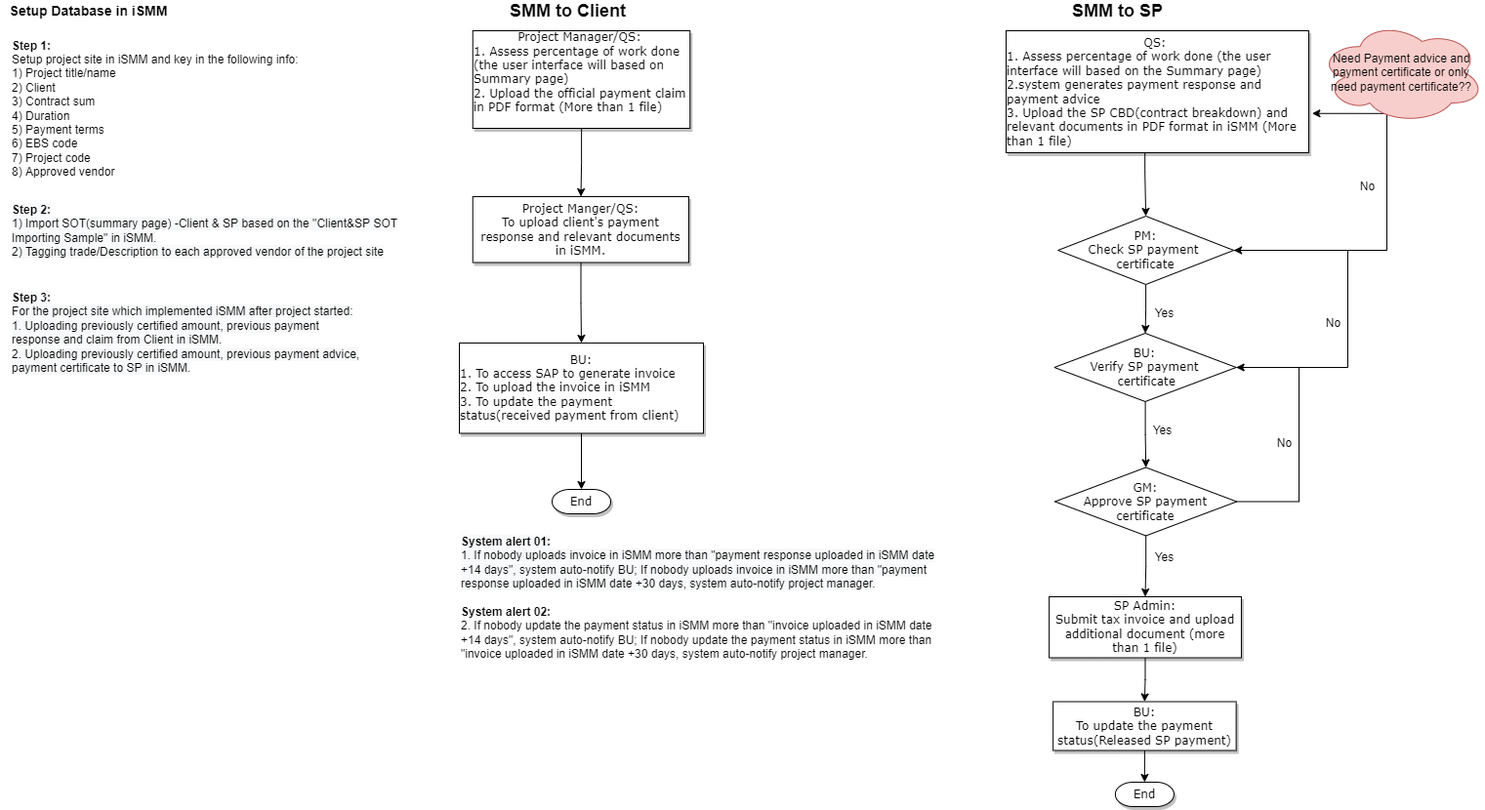
The draw.io diagram Project Finance Flow.drawio.png in wenna0306/Temp-repo, before a commit. Source tidied: cells renumbered, new cells last; positions are measured from the earlier drawing's top-left corner, leaving out a move shared by most shapes.
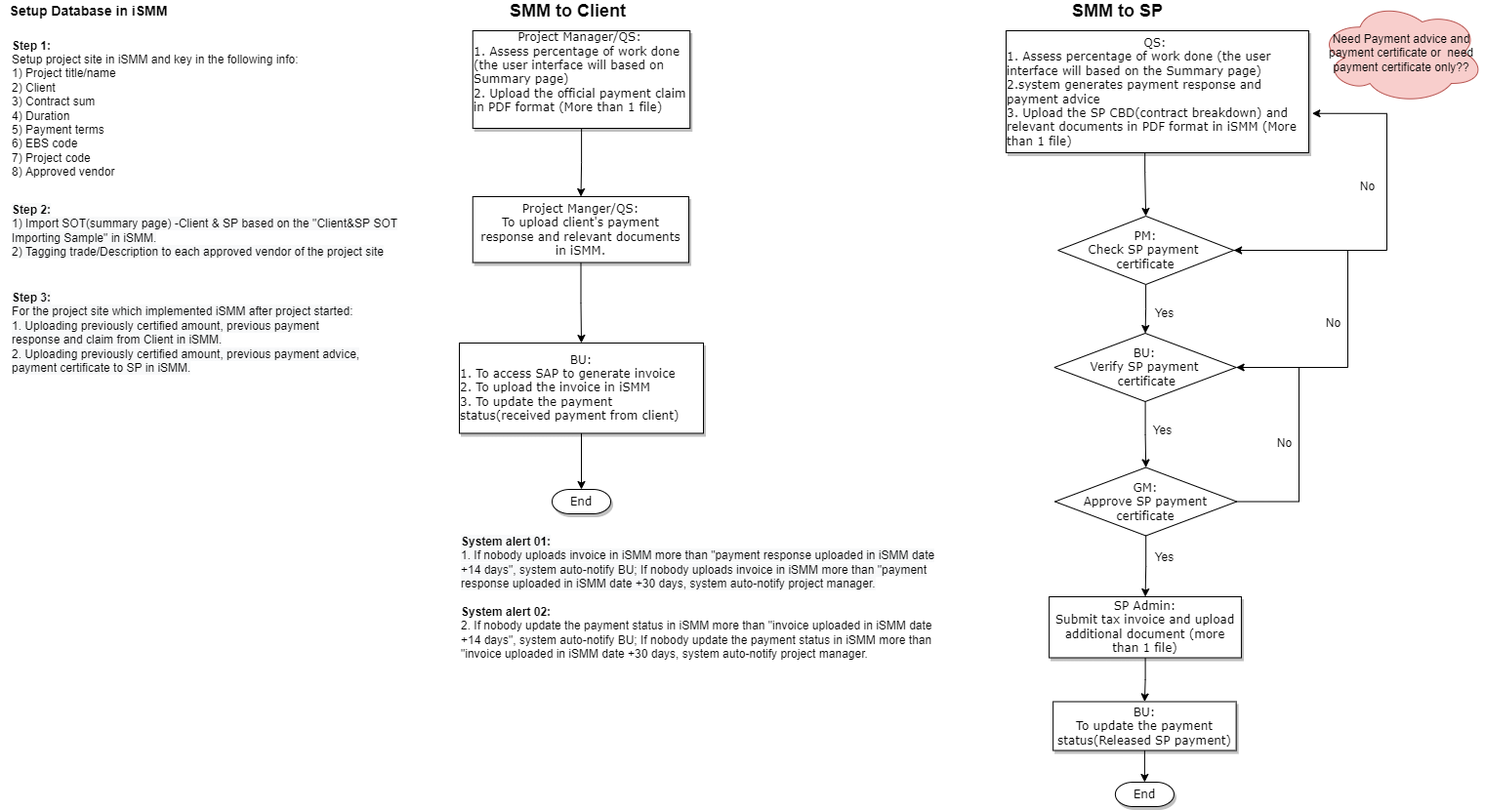
The same file after the commit.

Diff of the diagram source:
```diff
@@ -109,8 +109,8 @@
     <mxCell id="31" value="&lt;span style=&quot;color: rgb(0, 0, 0); font-family: Helvetica; font-size: 12px; font-style: normal; font-variant-ligatures: normal; font-variant-caps: normal; letter-spacing: normal; orphans: 2; text-align: left; text-indent: 0px; text-transform: none; widows: 2; word-spacing: 0px; -webkit-text-stroke-width: 0px; background-color: rgb(248, 249, 250); text-decoration-thickness: initial; text-decoration-style: initial; text-decoration-color: initial; float: none; display: inline !important;&quot;&gt;&lt;b&gt;System alert 01:&lt;/b&gt;&lt;/span&gt;&lt;br style=&quot;color: rgb(0, 0, 0); font-family: Helvetica; font-size: 12px; font-style: normal; font-variant-ligatures: normal; font-variant-caps: normal; font-weight: 400; letter-spacing: normal; orphans: 2; text-align: left; text-indent: 0px; text-transform: none; widows: 2; word-spacing: 0px; -webkit-text-stroke-width: 0px; background-color: rgb(248, 249, 250); text-decoration-thickness: initial; text-decoration-style: initial; text-decoration-color: initial;&quot;&gt;&lt;span style=&quot;color: rgb(0, 0, 0); font-family: Helvetica; font-size: 12px; font-style: normal; font-variant-ligatures: normal; font-variant-caps: normal; font-weight: 400; letter-spacing: normal; orphans: 2; text-align: left; text-indent: 0px; text-transform: none; widows: 2; word-spacing: 0px; -webkit-text-stroke-width: 0px; background-color: rgb(248, 249, 250); text-decoration-thickness: initial; text-decoration-style: initial; text-decoration-color: initial; float: none; display: inline !important;&quot;&gt;1. If nobody uploads invoice in iSMM more than &quot;payment response uploaded in iSMM date +14 days&quot;, system auto-notify BU; If nobody uploads invoice in iSMM more than &quot;payment response uploaded in iSMM date +30 days, system auto-notify project manager.&lt;br&gt;&lt;/span&gt;&lt;br&gt;&lt;b&gt;System alert 02:&lt;/b&gt;&lt;br style=&quot;color: rgb(0, 0, 0); font-family: Helvetica; font-size: 12px; font-style: normal; font-variant-ligatures: normal; font-variant-caps: normal; font-weight: 400; letter-spacing: normal; orphans: 2; text-align: left; text-indent: 0px; text-transform: none; widows: 2; word-spacing: 0px; -webkit-text-stroke-width: 0px; background-color: rgb(248, 249, 250); text-decoration-thickness: initial; text-decoration-style: initial; text-decoration-color: initial;&quot;&gt;2. If nobody update the payment status in iSMM more than &quot;invoice uploaded in iSMM date +14 days&quot;, system auto-notify BU; If nobody update the payment status in iSMM more than &quot;invoice uploaded in iSMM date +30 days, system auto-notify project manager." style="text;whiteSpace=wrap;html=1;" parent="1" vertex="1">
       <mxGeometry x="470" y="540" width="500" height="150" as="geometry" />
     </mxCell>
-    <mxCell id="32" value="Need Payment advice and payment certificate or only need payment certificate??" style="ellipse;shape=cloud;whiteSpace=wrap;html=1;fillColor=#f8cecc;strokeColor=#b85450;" parent="1" vertex="1">
-      <mxGeometry x="1350" y="20" width="170" height="105" as="geometry" />
+    <mxCell id="32" value="Need Payment advice and payment certificate or&amp;nbsp; need payment certificate only??" style="ellipse;shape=cloud;whiteSpace=wrap;html=1;fillColor=#f8cecc;strokeColor=#b85450;" parent="1" vertex="1">
+      <mxGeometry x="1350" width="170" height="105" as="geometry" />
     </mxCell>
     <mxCell id="33" value="No" style="text;html=1;align=center;verticalAlign=middle;strokeColor=none;fillColor=none;" parent="1" vertex="1">
       <mxGeometry x="1385" y="180" width="30" height="20" as="geometry" />
```
